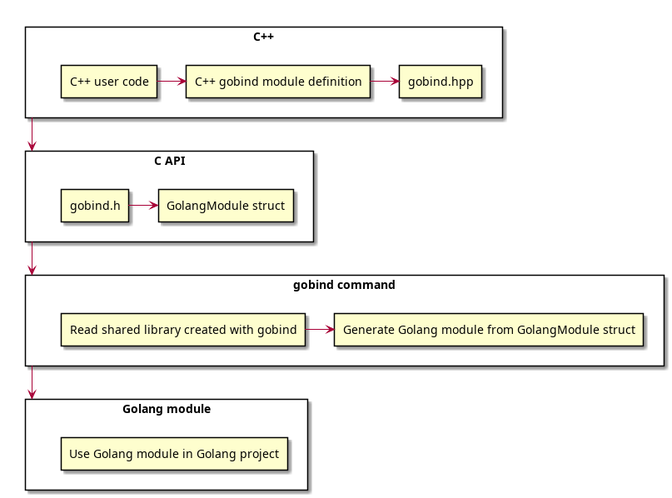
Above: assets/block_diagram.png in soerlemans/gobind (PlantUML), before the change. Its source is kept beside it as assets/block_diagram.puml.
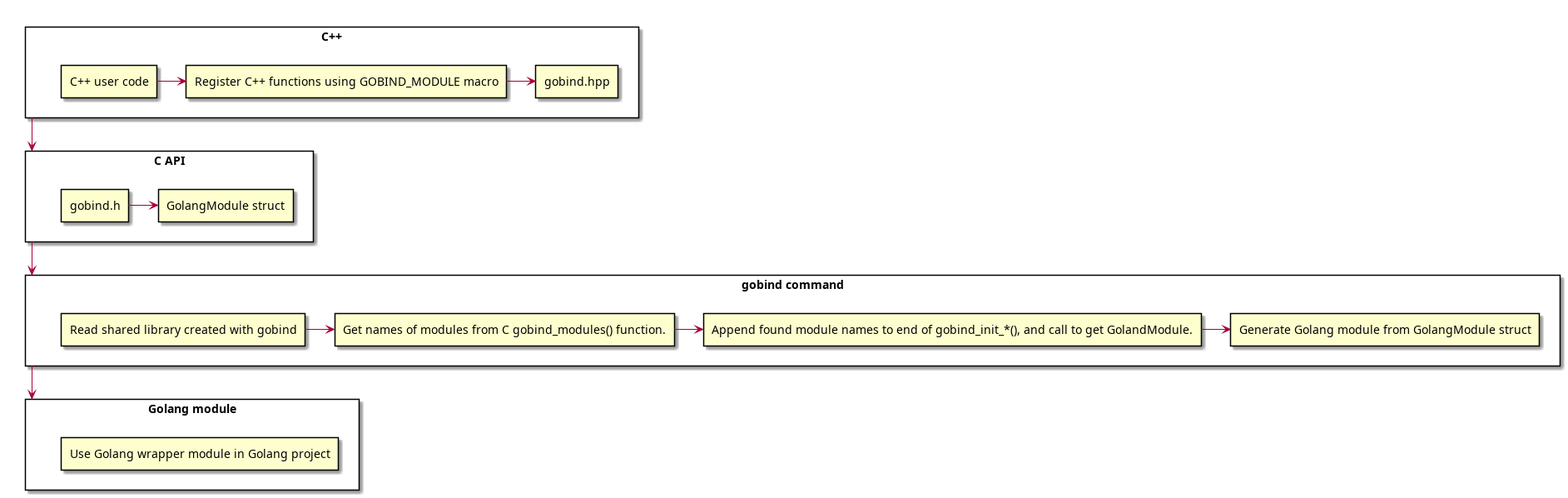
Later version of the same file.

Diff of the diagram source:
```diff
@@ -2,7 +2,7 @@
 
 rectangle "C++" as cpp {
   rectangle "C++ user code" as cpp_user_code
-  rectangle "C++ gobind module definition" as cpp_gobind_module_def
+  rectangle "Register C++ functions using GOBIND_MODULE macro" as cpp_gobind_module_def
   rectangle "gobind.hpp" as cpp_gobind_hpp
 
   cpp_user_code -> cpp_gobind_module_def
@@ -18,13 +18,17 @@
 
 rectangle "gobind command" as gobind_cmd {
   rectangle "Read shared library created with gobind" as gobind_shared_lib
+  rectangle "Get names of modules from C gobind_modules() function." as gobind_call_gobind_modules
+  rectangle "Append found module names to end of gobind_init_*(), and call to get GolandModule." as gobind_call_gobind_init
   rectangle "Generate Golang module from GolangModule struct" as gobind_gen
 
-  gobind_shared_lib -> gobind_gen
+  gobind_shared_lib -> gobind_call_gobind_modules
+  gobind_call_gobind_modules -> gobind_call_gobind_init
+  gobind_call_gobind_init -> gobind_gen
 }
 
 rectangle "Golang module" as golang_mod {
-  rectangle "Use Golang module in Golang project"
+  rectangle "Use Golang wrapper module in Golang project"
 }
 
 cpp -d-> c_api
```
